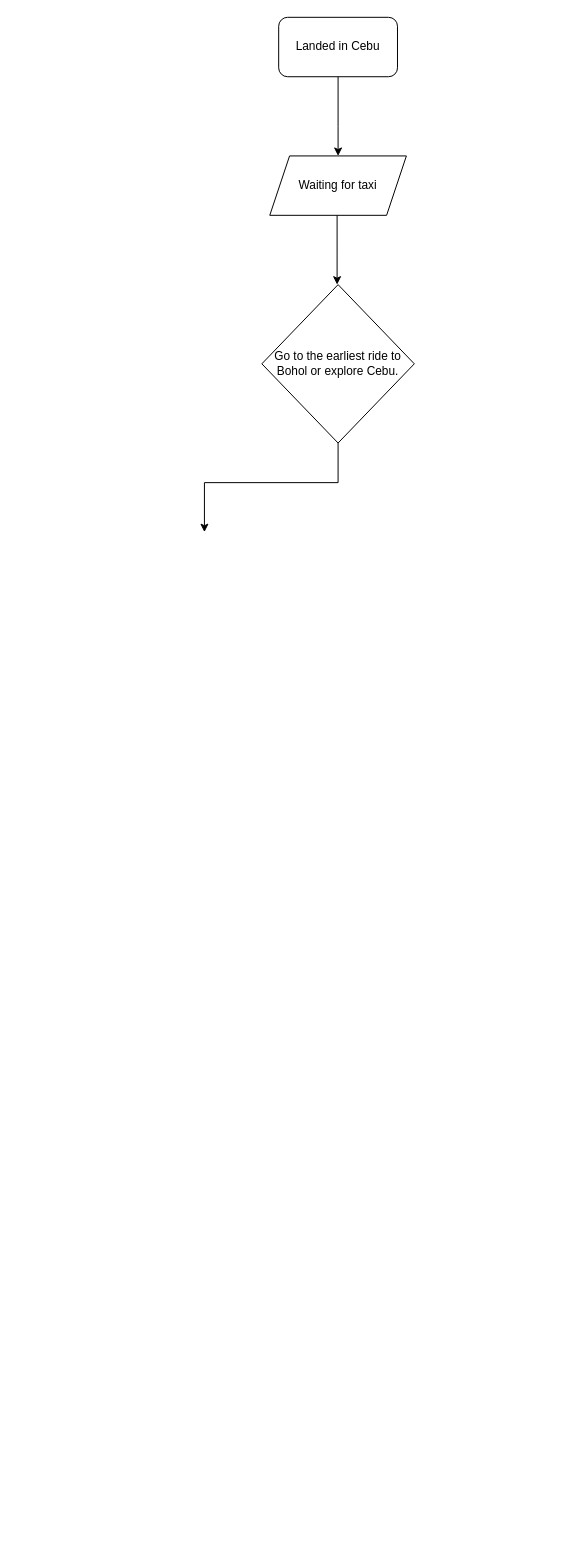
Before: Untitled Diagram.drawio in AlecAndre/CCINCOML_EXERCISES_COM23P, a draw.io diagram. Source tidied: cells renumbered, new cells numbered last; positions are measured from the earlier drawing's top-left corner, leaving out a move shared by most shapes. Both pictures are drawn from the tidied source at 99%, with x=0, y=0 at pixel (204, 17).
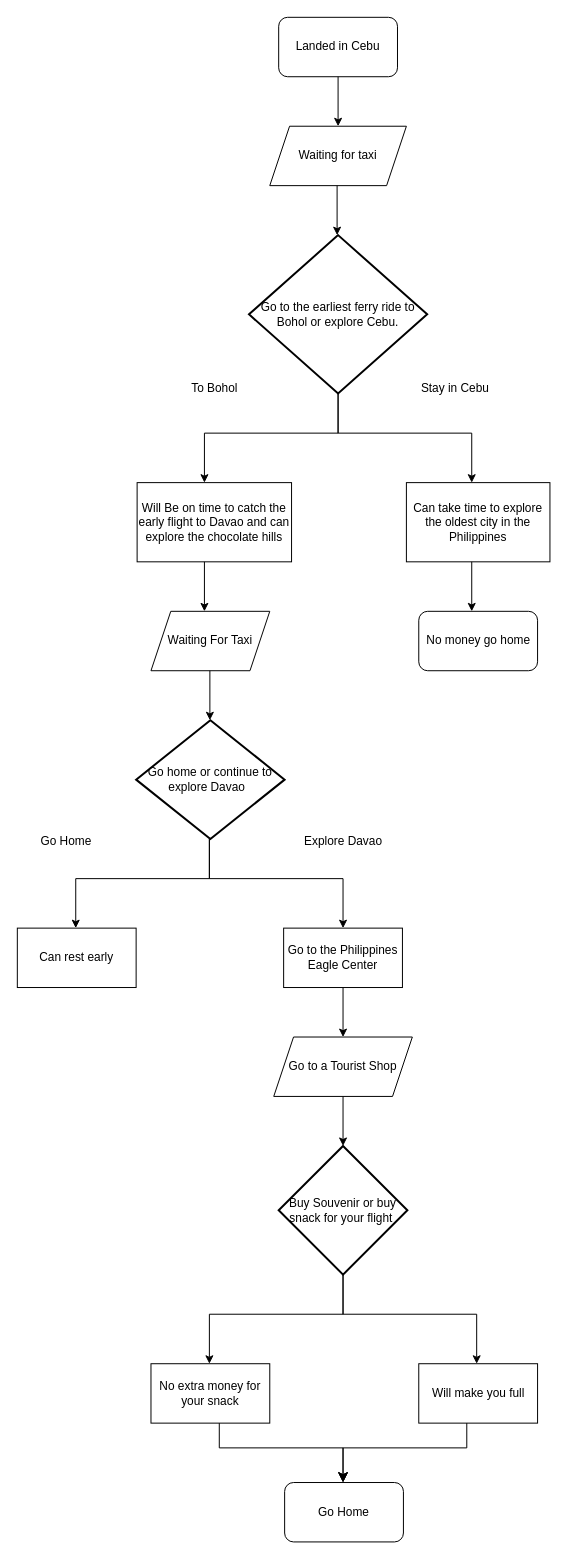
The same diagram, later.

What changed in the source:
```diff
@@
     <mxCell id="3" style="endArrow=classic;html=1;rounded=0;" parent="1" edge="1">
       <mxGeometry relative="1" as="geometry">
         <mxPoint x="135" y="60" as="sourcePoint" />
-        <mxPoint x="135" y="140" as="targetPoint" />
+        <mxPoint x="135" y="110" as="targetPoint" />
         <Array as="points">
           <mxPoint x="135" y="110" />
         </Array>
       </mxGeometry>
     </mxCell>
     <mxCell id="4" value="Waiting for taxi" style="shape=parallelogram;perimeter=parallelogramPerimeter;whiteSpace=wrap;html=1;fixedSize=1;" parent="1" vertex="1">
-      <mxGeometry x="66" y="140" width="138" height="60" as="geometry" />
+      <mxGeometry x="66" y="110" width="138" height="60" as="geometry" />
     </mxCell>
+    <mxCell id="8" style="edgeStyle=orthogonalEdgeStyle;rounded=0;orthogonalLoop=1;jettySize=auto;html=1;exitX=0.5;exitY=1;exitDx=0;exitDy=0;" parent="1" edge="1">
+      <mxGeometry relative="1" as="geometry">
+        <mxPoint x="-3" y="770" as="sourcePoint" />
+        <mxPoint x="-3" y="770" as="targetPoint" />
+      </mxGeometry>
+    </mxCell>
+    <mxCell id="9" value="Will Be on time to catch the early flight to Davao and can explore the chocolate hills" style="rounded=0;whiteSpace=wrap;html=1;" parent="1" vertex="1">
+      <mxGeometry x="-68" y="470" width="156" height="80" as="geometry" />
+    </mxCell>
+    <mxCell id="10" value="Can take time to explore the oldest city in the Philippines" style="rounded=0;whiteSpace=wrap;html=1;" parent="1" vertex="1">
+      <mxGeometry x="204" y="470" width="145" height="80" as="geometry" />
+    </mxCell>
     <mxCell id="5" style="endArrow=classic;html=1;rounded=0;" parent="1" edge="1">
       <mxGeometry relative="1" as="geometry">
-        <mxPoint x="135" y="430" as="sourcePoint" />
-        <mxPoint y="520" as="targetPoint" />
+        <mxPoint x="135" y="380" as="sourcePoint" />
+        <mxPoint y="470" as="targetPoint" />
         <Array as="points">
-          <mxPoint x="135" y="470" />
-          <mxPoint y="470" />
+          <mxPoint x="135" y="420" />
+          <mxPoint y="420" />
         </Array>
       </mxGeometry>
     </mxCell>
-    <mxCell id="6" style="endArrow=classic;html=1;rounded=0;" parent="1" edge="1">
-      <mxGeometry relative="1" as="geometry">
-        <mxPoint x="134" y="200" as="sourcePoint" />
-        <mxPoint x="134" y="270" as="targetPoint" />
-        <Array as="points">
-          <mxPoint x="134" y="240" />
-        </Array>
-      </mxGeometry>
-    </mxCell>
-    <mxCell id="7" value="Go to the earliest ride to Bohol or explore Cebu." style="rhombus;whiteSpace=wrap;html=1;" parent="1" vertex="1">
-      <mxGeometry x="58" y="270" width="154" height="160" as="geometry" />
-    </mxCell>
+    <mxCell id="11" style="endArrow=classic;html=1;rounded=0;" parent="1" edge="1">
+      <mxGeometry relative="1" as="geometry">
+        <mxPoint x="135" y="380" as="sourcePoint" />
+        <mxPoint x="270" y="470" as="targetPoint" />
+        <Array as="points">
+          <mxPoint x="135" y="420" />
+          <mxPoint x="270" y="420" />
+        </Array>
+      </mxGeometry>
+    </mxCell>
+    <mxCell id="12" value="To Bohol" style="text;html=1;align=center;verticalAlign=middle;strokeColor=none;fillColor=none;" parent="1" vertex="1">
+      <mxGeometry x="-25" y="360" width="70" height="30" as="geometry" />
+    </mxCell>
+    <mxCell id="13" value="Stay in Cebu" style="text;html=1;align=center;verticalAlign=middle;strokeColor=none;fillColor=none;" parent="1" vertex="1">
+      <mxGeometry x="207.5" y="360" width="90" height="30" as="geometry" />
+    </mxCell>
+    <mxCell id="14" style="endArrow=classic;html=1;rounded=0;" parent="1" edge="1">
+      <mxGeometry relative="1" as="geometry">
+        <mxPoint x="140" y="1270" as="sourcePoint" />
+        <mxPoint x="5" y="1360" as="targetPoint" />
+        <Array as="points">
+          <mxPoint x="140" y="1310" />
+          <mxPoint x="5" y="1310" />
+        </Array>
+      </mxGeometry>
+    </mxCell>
+    <mxCell id="15" style="endArrow=classic;html=1;rounded=0;" parent="1" edge="1">
+      <mxGeometry relative="1" as="geometry">
+        <mxPoint x="140" y="1270" as="sourcePoint" />
+        <mxPoint x="275" y="1360" as="targetPoint" />
+        <Array as="points">
+          <mxPoint x="140" y="1310" />
+          <mxPoint x="275" y="1310" />
+        </Array>
+      </mxGeometry>
+    </mxCell>
+    <mxCell id="16" value="No money go home" style="rounded=1;whiteSpace=wrap;html=1;" parent="1" vertex="1">
+      <mxGeometry x="216.5" y="600" width="120" height="60" as="geometry" />
+    </mxCell>
+    <mxCell id="17" value="Waiting For Taxi" style="shape=parallelogram;perimeter=parallelogramPerimeter;whiteSpace=wrap;html=1;fixedSize=1;" parent="1" vertex="1">
+      <mxGeometry x="-54" y="600" width="120" height="60" as="geometry" />
+    </mxCell>
+    <mxCell id="18" value="Go to the earliest ferry ride to Bohol or explore Cebu." style="strokeWidth=2;html=1;shape=mxgraph.flowchart.decision;whiteSpace=wrap;" parent="1" vertex="1">
+      <mxGeometry x="45" y="220" width="180" height="160" as="geometry" />
+    </mxCell>
+    <mxCell id="19" value="Go home or continue to explore Davao&amp;nbsp;&amp;nbsp;" style="strokeWidth=2;html=1;shape=mxgraph.flowchart.decision;whiteSpace=wrap;" parent="1" vertex="1">
+      <mxGeometry x="-69" y="710" width="150" height="120" as="geometry" />
+    </mxCell>
+    <mxCell id="20" style="endArrow=classic;html=1;rounded=0;" parent="1" edge="1">
+      <mxGeometry relative="1" as="geometry">
+        <mxPoint x="134" y="170" as="sourcePoint" />
+        <mxPoint x="134" y="220" as="targetPoint" />
+        <Array as="points">
+          <mxPoint x="134" y="220" />
+        </Array>
+      </mxGeometry>
+    </mxCell>
+    <mxCell id="21" style="endArrow=classic;html=1;rounded=0;" parent="1" edge="1">
+      <mxGeometry relative="1" as="geometry">
+        <mxPoint x="270" y="550" as="sourcePoint" />
+        <mxPoint x="270" y="600" as="targetPoint" />
+        <Array as="points">
+          <mxPoint x="270" y="600" />
+        </Array>
+      </mxGeometry>
+    </mxCell>
+    <mxCell id="22" style="endArrow=classic;html=1;rounded=0;" parent="1" edge="1">
+      <mxGeometry relative="1" as="geometry">
+        <mxPoint y="550" as="sourcePoint" />
+        <mxPoint y="600" as="targetPoint" />
+        <Array as="points">
+          <mxPoint y="600" />
+        </Array>
+      </mxGeometry>
+    </mxCell>
+    <mxCell id="23" style="endArrow=classic;html=1;rounded=0;" parent="1" edge="1">
+      <mxGeometry relative="1" as="geometry">
+        <mxPoint x="5.5" y="660" as="sourcePoint" />
+        <mxPoint x="5.5" y="710" as="targetPoint" />
+        <Array as="points">
+          <mxPoint x="5.5" y="710" />
+        </Array>
+      </mxGeometry>
+    </mxCell>
+    <mxCell id="24" style="group;" parent="1" vertex="1">
+      <mxGeometry x="-130" y="870" width="270" as="geometry" />
+    </mxCell>
+    <mxCell id="25" style="endArrow=classic;html=1;rounded=0;" parent="24" edge="1">
+      <mxGeometry relative="1" as="geometry">
+        <mxPoint x="135" y="-40" as="sourcePoint" />
+        <mxPoint x="270" y="50" as="targetPoint" />
+        <Array as="points">
+          <mxPoint x="135" />
+          <mxPoint x="270" />
+        </Array>
+      </mxGeometry>
+    </mxCell>
+    <mxCell id="26" style="endArrow=classic;html=1;rounded=0;" parent="24" edge="1">
+      <mxGeometry relative="1" as="geometry">
+        <mxPoint x="135" y="-40" as="sourcePoint" />
+        <mxPoint y="50" as="targetPoint" />
+        <Array as="points">
+          <mxPoint x="135" />
+          <mxPoint />
+        </Array>
+      </mxGeometry>
+    </mxCell>
+    <mxCell id="27" value="Can rest early" style="rounded=0;whiteSpace=wrap;html=1;" parent="1" vertex="1">
+      <mxGeometry x="-189" y="920" width="120" height="60" as="geometry" />
+    </mxCell>
+    <mxCell id="28" value="Go Home" style="text;html=1;align=center;verticalAlign=middle;strokeColor=none;fillColor=none;" parent="1" vertex="1">
+      <mxGeometry x="-175" y="818" width="70" height="30" as="geometry" />
+    </mxCell>
+    <mxCell id="29" value="Explore Davao" style="text;html=1;align=center;verticalAlign=middle;strokeColor=none;fillColor=none;" parent="1" vertex="1">
+      <mxGeometry x="90" y="818" width="100" height="30" as="geometry" />
+    </mxCell>
+    <mxCell id="30" value="Go to the Philippines Eagle Center" style="rounded=0;whiteSpace=wrap;html=1;" parent="1" vertex="1">
+      <mxGeometry x="80" y="920" width="120" height="60" as="geometry" />
+    </mxCell>
+    <mxCell id="31" style="endArrow=classic;html=1;rounded=0;" parent="1" edge="1">
+      <mxGeometry relative="1" as="geometry">
+        <mxPoint x="140" y="980" as="sourcePoint" />
+        <mxPoint x="140" y="1030" as="targetPoint" />
+        <Array as="points">
+          <mxPoint x="140" y="1030" />
+        </Array>
+      </mxGeometry>
+    </mxCell>
+    <mxCell id="32" value="Buy Souvenir or buy snack for your flight&amp;nbsp;" style="strokeWidth=2;html=1;shape=mxgraph.flowchart.decision;whiteSpace=wrap;" parent="1" vertex="1">
+      <mxGeometry x="75" y="1140" width="130" height="130" as="geometry" />
+    </mxCell>
+    <mxCell id="33" value="Go to a Tourist Shop" style="shape=parallelogram;perimeter=parallelogramPerimeter;whiteSpace=wrap;html=1;fixedSize=1;" parent="1" vertex="1">
+      <mxGeometry x="70" y="1030" width="140" height="60" as="geometry" />
+    </mxCell>
+    <mxCell id="34" style="endArrow=classic;html=1;rounded=0;" parent="1" edge="1">
+      <mxGeometry relative="1" as="geometry">
+        <mxPoint x="140" y="1090" as="sourcePoint" />
+        <mxPoint x="140" y="1140" as="targetPoint" />
+        <Array as="points">
+          <mxPoint x="140" y="1140" />
+        </Array>
+      </mxGeometry>
+    </mxCell>
+    <mxCell id="35" value="No extra money for your snack" style="rounded=0;whiteSpace=wrap;html=1;" parent="1" vertex="1">
+      <mxGeometry x="-54" y="1360" width="120" height="60" as="geometry" />
+    </mxCell>
+    <mxCell id="36" value="Will make you full" style="rounded=0;whiteSpace=wrap;html=1;" parent="1" vertex="1">
+      <mxGeometry x="216.5" y="1360" width="120" height="60" as="geometry" />
+    </mxCell>
+    <mxCell id="37" style="edgeStyle=elbowEdgeStyle;elbow=vertical;endArrow=classic;html=1;curved=0;rounded=0;endSize=8;startSize=8;" parent="1" edge="1">
+      <mxGeometry relative="1" as="geometry">
+        <mxPoint x="265" y="1420" as="sourcePoint" />
+        <mxPoint x="140" y="1480" as="targetPoint" />
+        <Array as="points">
+          <mxPoint x="170" y="1445" />
+        </Array>
+      </mxGeometry>
+    </mxCell>
+    <mxCell id="38" style="edgeStyle=elbowEdgeStyle;elbow=vertical;endArrow=classic;html=1;curved=0;rounded=0;endSize=8;startSize=8;" parent="1" edge="1">
+      <mxGeometry relative="1" as="geometry">
+        <mxPoint x="15" y="1420" as="sourcePoint" />
+        <mxPoint x="140" y="1480" as="targetPoint" />
+        <Array as="points">
+          <mxPoint x="110" y="1445" />
+        </Array>
+      </mxGeometry>
+    </mxCell>
+    <mxCell id="39" value="Go Home" style="rounded=1;whiteSpace=wrap;html=1;" parent="1" vertex="1">
+      <mxGeometry x="81" y="1480" width="120" height="60" as="geometry" />
+    </mxCell>
```
